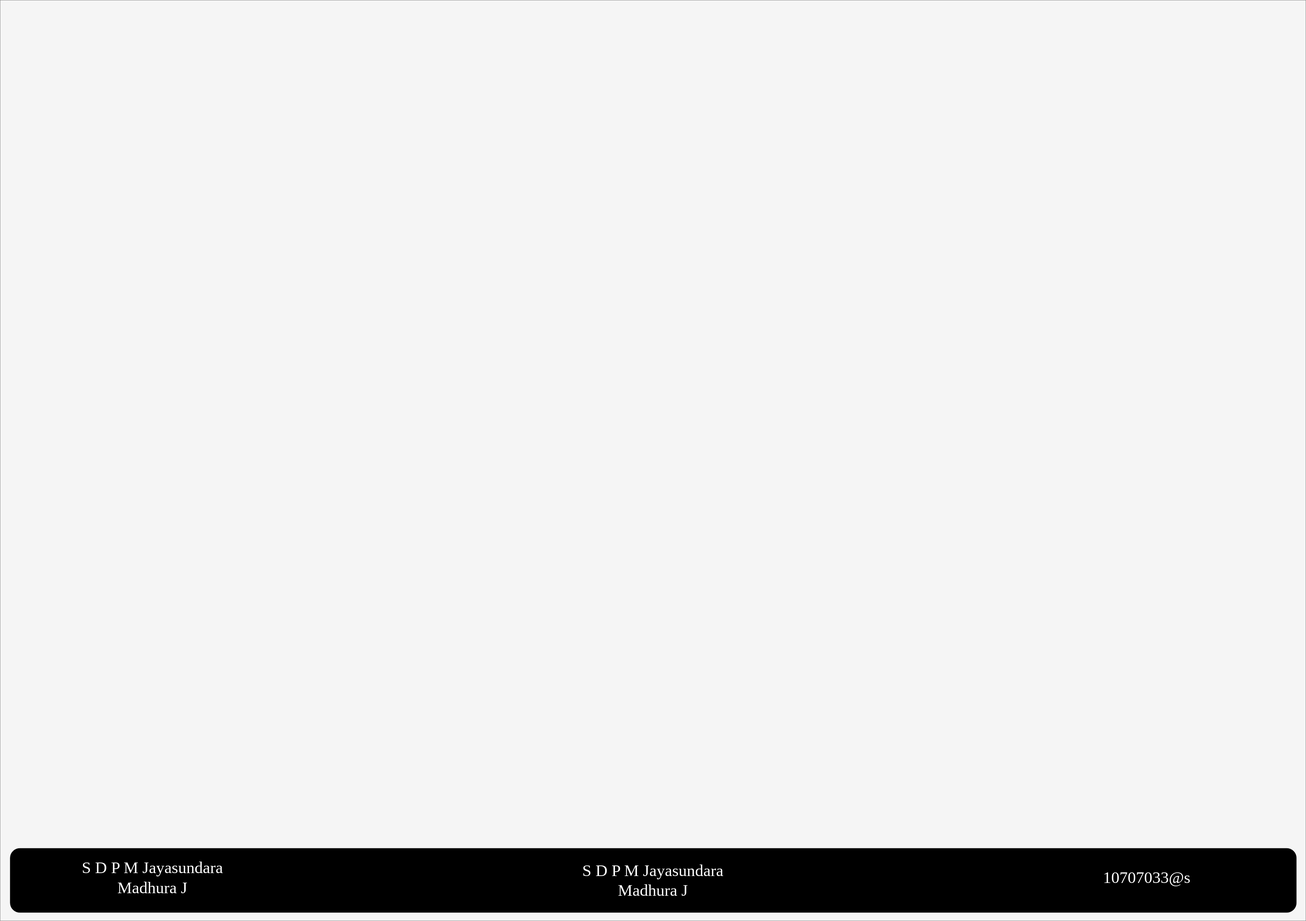
The draw.io diagram Test case 1/Untitled Diagram.drawio.svg in MaduraJ/Network-traffic-data-Visualization-tool-for-pfsense, before a commit. Source tidied: cells renumbered, new cells last; positions are measured from the earlier drawing's top-left corner, leaving out a move shared by most shapes.
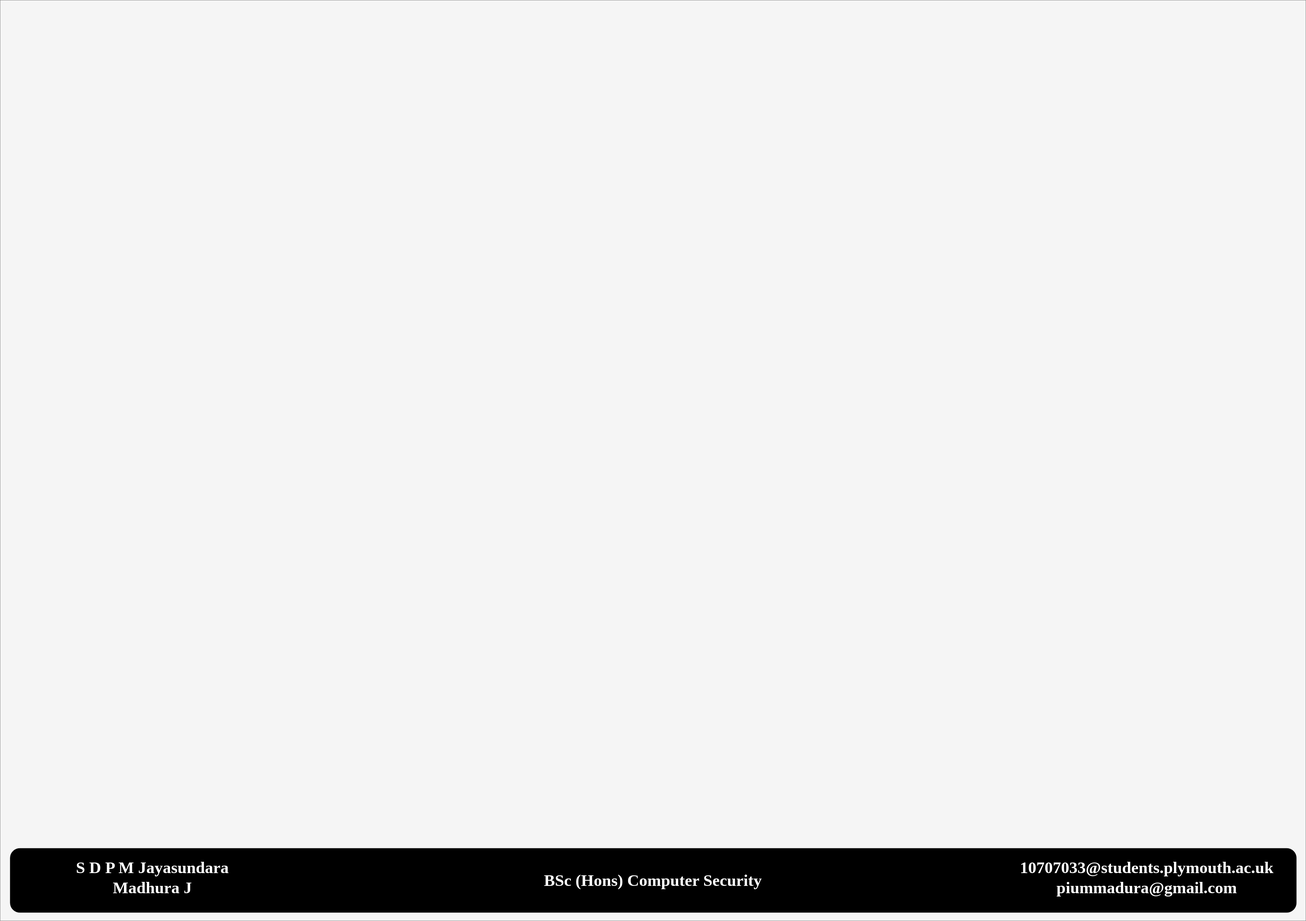
The same diagram one commit later.

The edit, as a diff of the source:
```diff
@@ -8,13 +8,13 @@
     <mxCell id="3" style="rounded=1;whiteSpace=wrap;html=1;fillColor=#000000;" parent="1" vertex="1">
       <mxGeometry x="36" y="3040" width="4610" height="230" as="geometry" />
     </mxCell>
-    <mxCell id="4" value="&lt;div&gt;S D P M Jayasundara&lt;/div&gt;&lt;div&gt;Madhura J&lt;br&gt;&lt;/div&gt;" style="text;html=1;strokeColor=none;fillColor=none;align=center;verticalAlign=middle;whiteSpace=wrap;rounded=0;fontFamily=Times New Roman;fontSize=59;fontColor=#FFFFFF;horizontal=1;" parent="1" vertex="1">
+    <mxCell id="4" value="&lt;div&gt;&lt;b&gt;S D P M Jayasundara&lt;/b&gt;&lt;/div&gt;&lt;div&gt;&lt;b&gt;Madhura J&lt;br&gt;&lt;/b&gt;&lt;/div&gt;" style="text;html=1;strokeColor=none;fillColor=none;align=center;verticalAlign=middle;whiteSpace=wrap;rounded=0;fontFamily=Times New Roman;fontSize=59;fontColor=#FFFFFF;horizontal=1;" parent="1" vertex="1">
       <mxGeometry x="36" y="3030" width="1020" height="230" as="geometry" />
     </mxCell>
-    <mxCell id="5" value="&lt;div&gt;S D P M Jayasundara&lt;/div&gt;&lt;div&gt;Madhura J&lt;br&gt;&lt;/div&gt;" style="text;html=1;strokeColor=none;fillColor=none;align=center;verticalAlign=middle;whiteSpace=wrap;rounded=0;fontFamily=Times New Roman;fontSize=59;fontColor=#FFFFFF;horizontal=1;" parent="1" vertex="1">
+    <mxCell id="5" value="&lt;b&gt;BSc (Hons) Computer Security&lt;br&gt;&lt;/b&gt;" style="text;html=1;strokeColor=none;fillColor=none;align=center;verticalAlign=middle;whiteSpace=wrap;rounded=0;fontFamily=Times New Roman;fontSize=59;fontColor=#FFFFFF;horizontal=1;" parent="1" vertex="1">
       <mxGeometry x="1830" y="3040" width="1020" height="230" as="geometry" />
     </mxCell>
-    <mxCell id="6" value="10707033@s" style="text;html=1;strokeColor=none;fillColor=none;align=center;verticalAlign=middle;whiteSpace=wrap;rounded=0;fontFamily=Times New Roman;fontSize=59;fontColor=#FFFFFF;horizontal=1;" parent="1" vertex="1">
+    <mxCell id="6" value="&lt;div&gt;&lt;b&gt;10707033@students.plymouth.ac.uk&lt;/b&gt;&lt;/div&gt;&lt;div&gt;&lt;b&gt;piummadura@gmail.com&lt;br&gt;&lt;/b&gt;&lt;/div&gt;" style="text;html=1;strokeColor=none;fillColor=none;align=center;verticalAlign=middle;whiteSpace=wrap;rounded=0;fontFamily=Times New Roman;fontSize=59;fontColor=#FFFFFF;horizontal=1;" parent="1" vertex="1">
       <mxGeometry x="3600" y="3030" width="1020" height="230" as="geometry" />
     </mxCell>
   </root>
```
